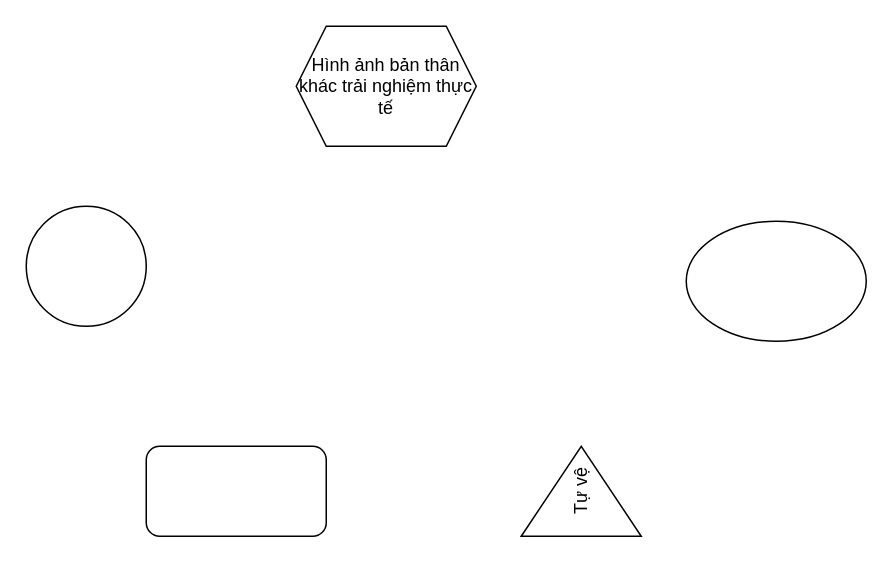
Above: ve-cho-Tuyet.drawio in huyle84/diagrams (draw.io), before the change. Source tidied: cells renumbered, new cells numbered last; positions are measured from the earlier drawing's top-left corner, leaving out a move shared by most shapes. Both pictures are drawn from the tidied source at 150%, with x=0, y=0 at pixel (26, 26).
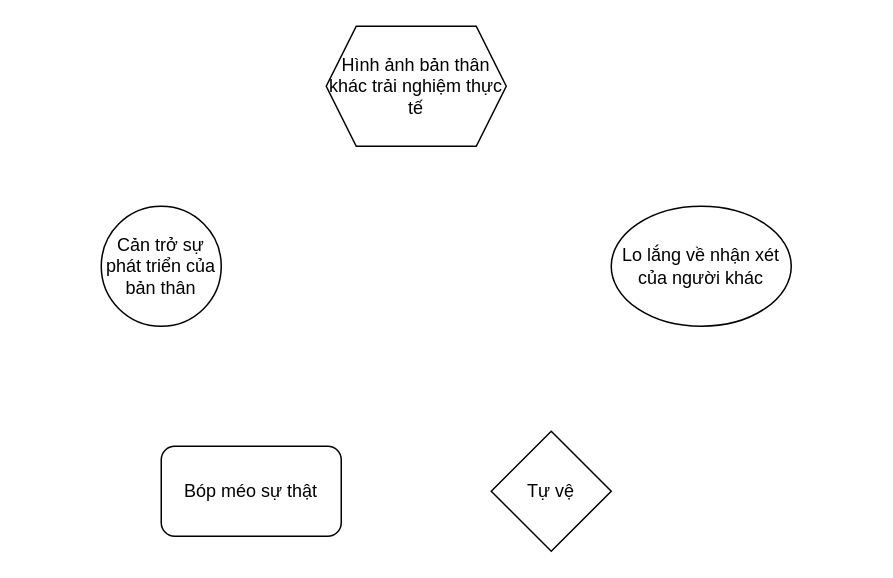
After the change.

Change to the diagram source:
```diff
@@
 <mxGraphModel>
   <root>
     <mxCell id="0" />
     <mxCell id="1" parent="0" />
-    <mxCell id="2" style="ellipse;whiteSpace=wrap;html=1;" parent="1" vertex="1">
-      <mxGeometry y="120" width="80" height="80" as="geometry" />
+    <mxCell id="2" value="Cản trở sự phát triển của bản thân" style="ellipse;whiteSpace=wrap;html=1;" parent="1" vertex="1">
+      <mxGeometry x="50" y="120" width="80" height="80" as="geometry" />
     </mxCell>
     <mxCell id="3" value="Hình ảnh bản thân khác trải nghiệm thực tế" style="shape=hexagon;perimeter=hexagonPerimeter2;whiteSpace=wrap;html=1;fixedSize=1;" parent="1" vertex="1">
-      <mxGeometry x="180" width="120" height="80" as="geometry" />
+      <mxGeometry x="200" width="120" height="80" as="geometry" />
     </mxCell>
-    <mxCell id="4" style="ellipse;whiteSpace=wrap;html=1;" parent="1" vertex="1">
-      <mxGeometry x="440" y="130" width="120" height="80" as="geometry" />
+    <mxCell id="4" value="Lo lắng về nhận xét của người khác" style="ellipse;whiteSpace=wrap;html=1;" parent="1" vertex="1">
+      <mxGeometry x="390" y="120" width="120" height="80" as="geometry" />
     </mxCell>
-    <mxCell id="5" style="rounded=1;whiteSpace=wrap;html=1;" parent="1" vertex="1">
-      <mxGeometry x="80" y="280" width="120" height="60" as="geometry" />
+    <mxCell id="5" value="Bóp méo sự thật" style="rounded=1;whiteSpace=wrap;html=1;" parent="1" vertex="1">
+      <mxGeometry x="90" y="280" width="120" height="60" as="geometry" />
     </mxCell>
-    <mxCell id="6" value="Tự vệ" style="triangle;whiteSpace=wrap;html=1;rotation=-90;" parent="1" vertex="1">
-      <mxGeometry x="340" y="270" width="60" height="80" as="geometry" />
+    <mxCell id="6" value="Tự vệ" style="rhombus;whiteSpace=wrap;html=1;" parent="1" vertex="1">
+      <mxGeometry x="310" y="270" width="80" height="80" as="geometry" />
     </mxCell>
   </root>
 </mxGraphModel>
```
